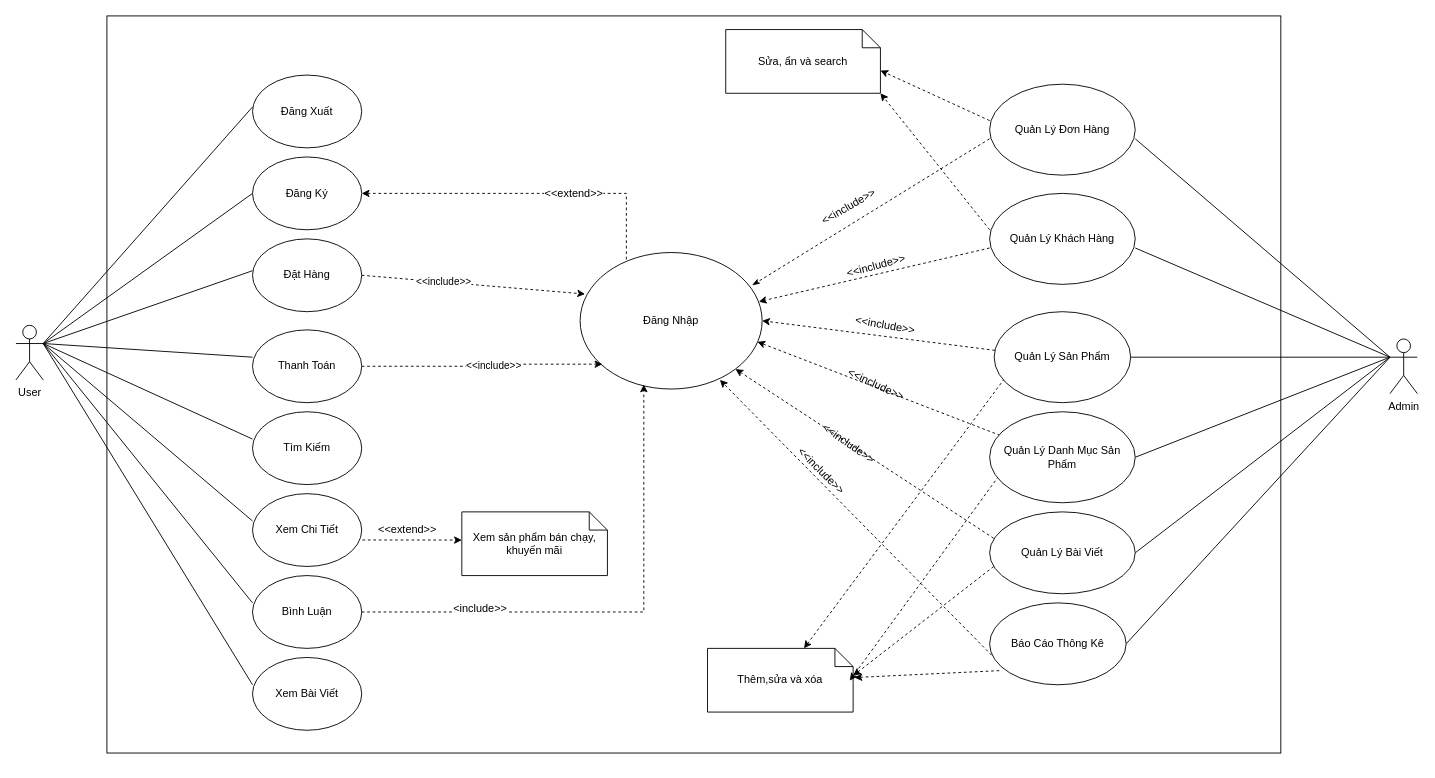
Blion00/Blion00 keeps this draw.io diagram as Use case.drawio. Above is the earlier version. Source tidied: cells renumbered, new cells numbered last; positions are measured from the earlier drawing's top-left corner, leaving out a move shared by most shapes. Both pictures are drawn from the tidied source at 91%, with x=0, y=0 at pixel (15, 15).
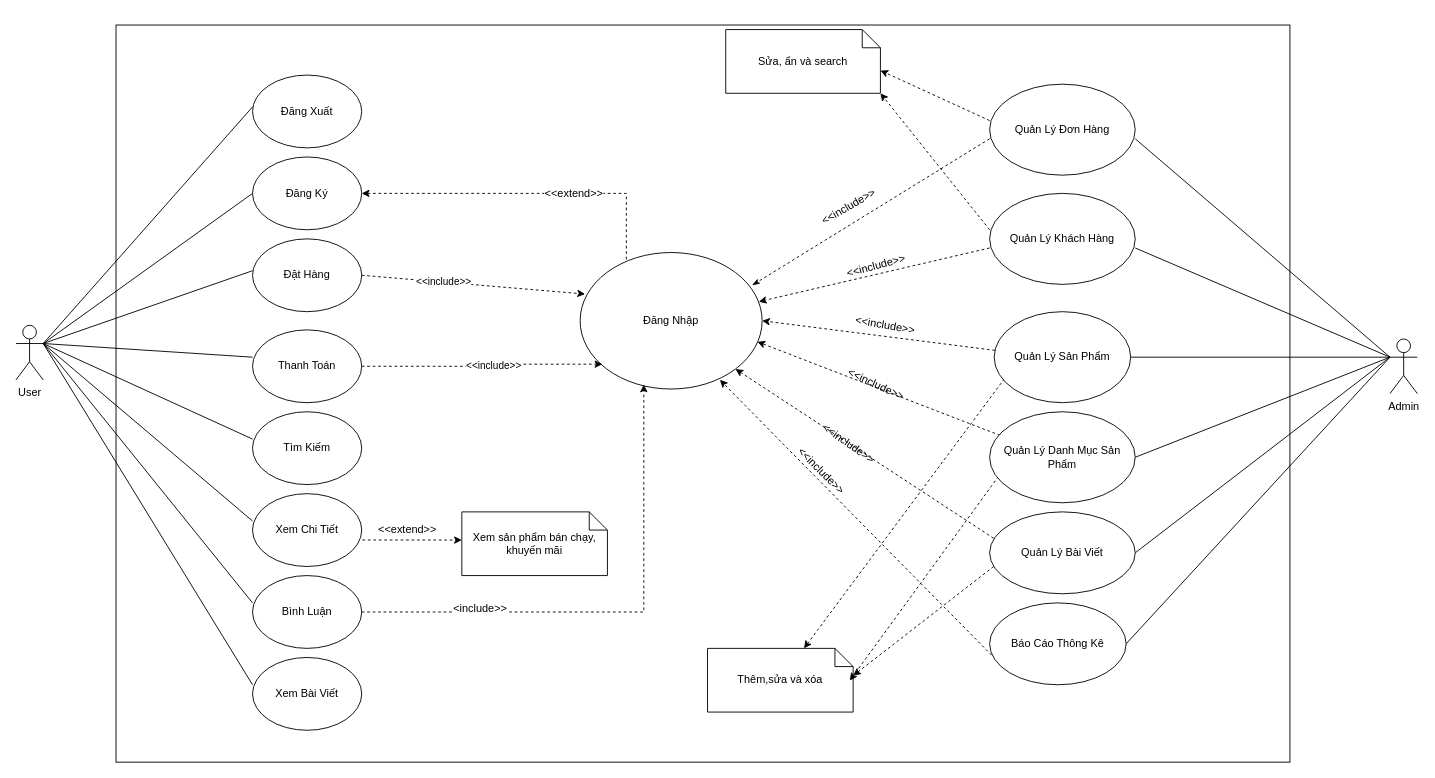
The same page after the edit.

Unchanged cells that the change refers to:
```xml
<mxCell id="25" value="&lt;font style=&quot;font-size: 12px;&quot;&gt;Thêm,sửa và xóa&lt;/font&gt;" style="shape=note;size=20;whiteSpace=wrap;html=1;" parent="1" vertex="1">
  <mxGeometry x="760" y="695" width="160" height="70" as="geometry" />
</mxCell>
<mxCell id="61" value="Báo Cáo Thông Kê" style="ellipse;whiteSpace=wrap;html=1;" parent="1" vertex="1">
  <mxGeometry x="1070" y="645" width="150" height="90" as="geometry" />
</mxCell>
```

What changed in the source:
```diff
@@
-    <mxCell id="24" style="rounded=0;jettySize=auto;html=1;exitX=1.009;exitY=0.458;exitDx=0;exitDy=0;exitPerimeter=0;dashed=1;endArrow=none;endFill=0;startArrow=classic;startFill=1;entryX=0.09;entryY=0.826;entryDx=0;entryDy=0;entryPerimeter=0;" parent="1" edge="1" source="25" target="61">
-      <mxGeometry relative="1" as="geometry" />
-    </mxCell>
@@
-    <mxCell id="62" style="rounded=0;whiteSpace=wrap;html=1;fillColor=none;" parent="1" vertex="1">
-      <mxGeometry x="100" width="1290" height="810" as="geometry" />
-    </mxCell>
@@
+    <mxCell id="65" style="rounded=0;whiteSpace=wrap;html=1;fillColor=none;" parent="1" vertex="1">
+      <mxGeometry x="110" y="10" width="1290" height="810" as="geometry" />
+    </mxCell>
```
